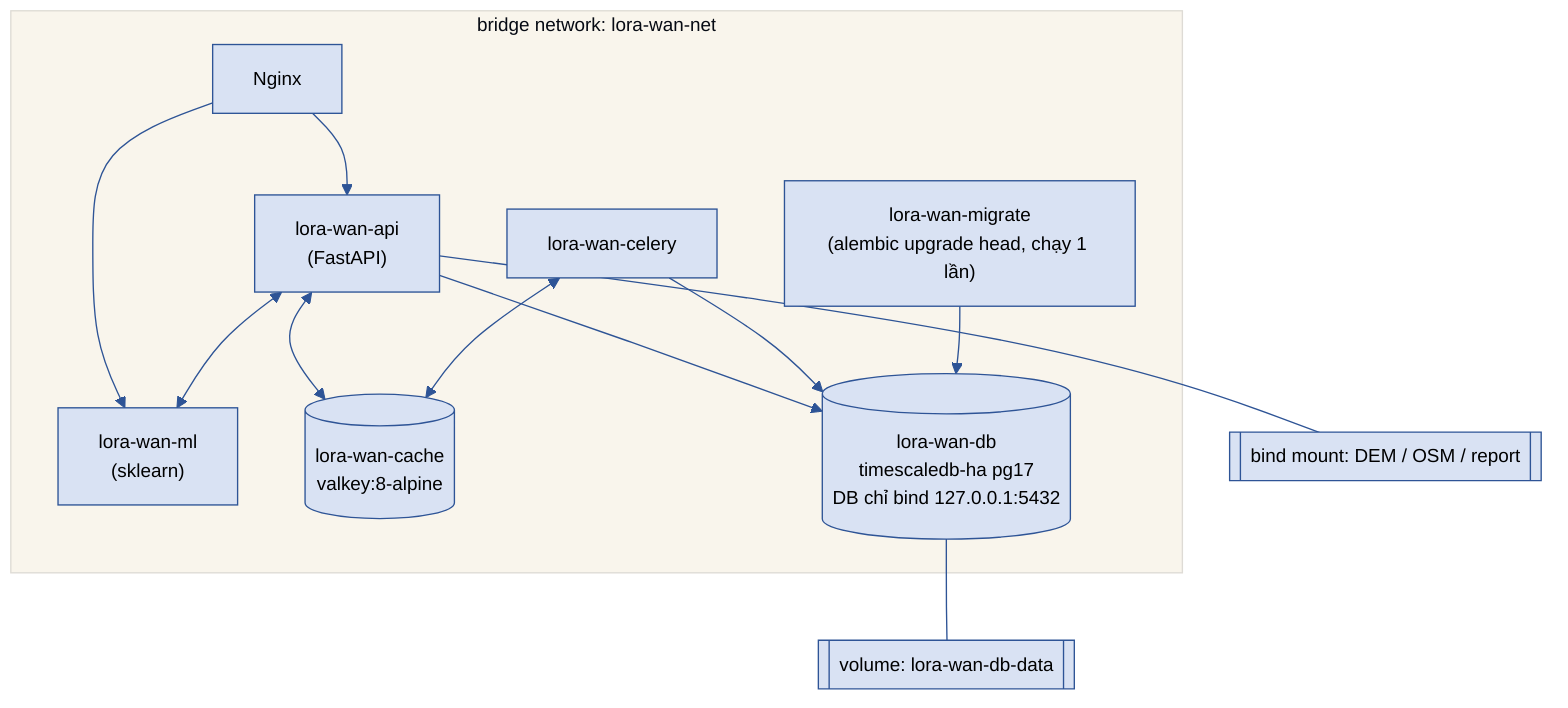
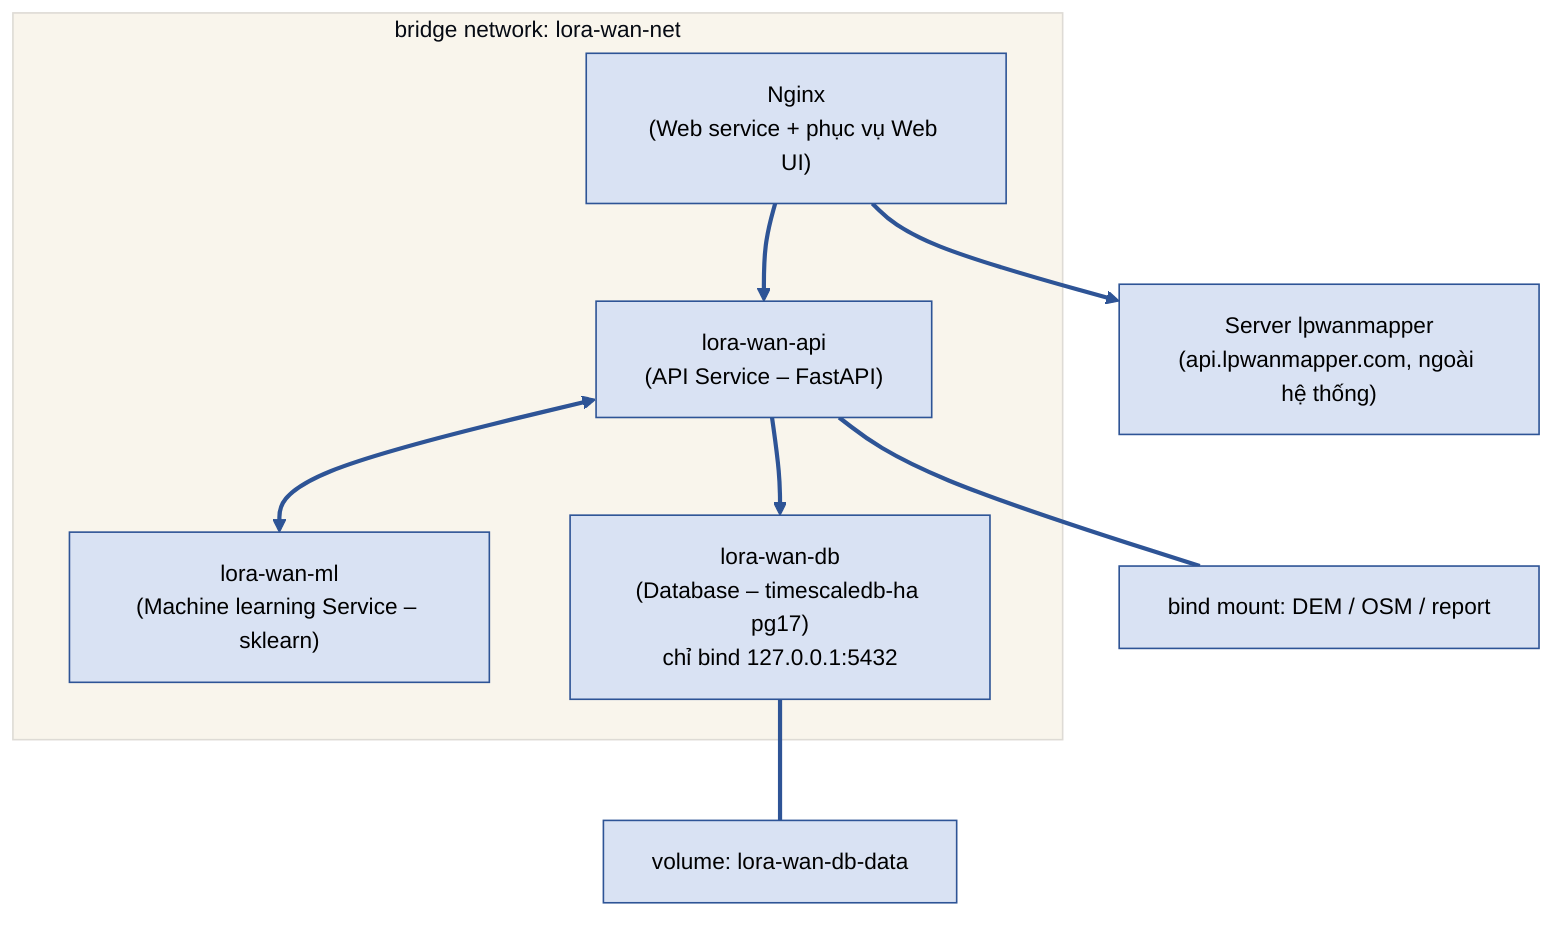
%%{init: {'theme':'base','themeVariables':{'primaryColor':'#D9E2F3','primaryBorderColor':'#2E5496','primaryTextColor':'#000000','lineColor':'#2E5496','fontFamily':'Arial','fontSize':'14px'}}}%%
flowchart TB
  subgraph NET["bridge network: lora-wan-net"]
-     NGINX["Nginx"]
-     API["lora-wan-api<br/>(FastAPI)"]
-     ML["lora-wan-ml<br/>(sklearn)"]
-     CELERY["lora-wan-celery"]
-     CACHE[("lora-wan-cache<br/>valkey:8-alpine")]
-     DB[("lora-wan-db<br/>timescaledb-ha pg17<br/>DB chỉ bind 127.0.0.1:5432")]
-     MIG["lora-wan-migrate<br/>(alembic upgrade head, chạy 1 lần)"]
+     NGINX["Nginx<br/>(Web service + phục vụ Web UI)"]
+     API["lora-wan-api<br/>(API Service – FastAPI)"]
+     ML["lora-wan-ml<br/>(Machine learning Service – sklearn)"]
+     DB["lora-wan-db<br/>(Database – timescaledb-ha pg17)<br/>chỉ bind 127.0.0.1:5432"]
  end
-   VOL[["volume: lora-wan-db-data"]]
-   MNT[["bind mount: DEM / OSM / report"]]
+   LPWAN["Server lpwanmapper<br/>(api.lpwanmapper.com, ngoài hệ thống)"]
+   VOL["volume: lora-wan-db-data"]
+   MNT["bind mount: DEM / OSM / report"]

  NGINX --> API
-   NGINX --> ML
+   NGINX --> LPWAN
  API <--> ML
  API --> DB
-   API <--> CACHE
-   CELERY <--> CACHE
-   CELERY --> DB
-   MIG --> DB
+   API --- MNT
  DB --- VOL
-   API --- MNT
+ 
+   linkStyle default stroke:#2E5496,stroke-width:2.6px,fill:none
